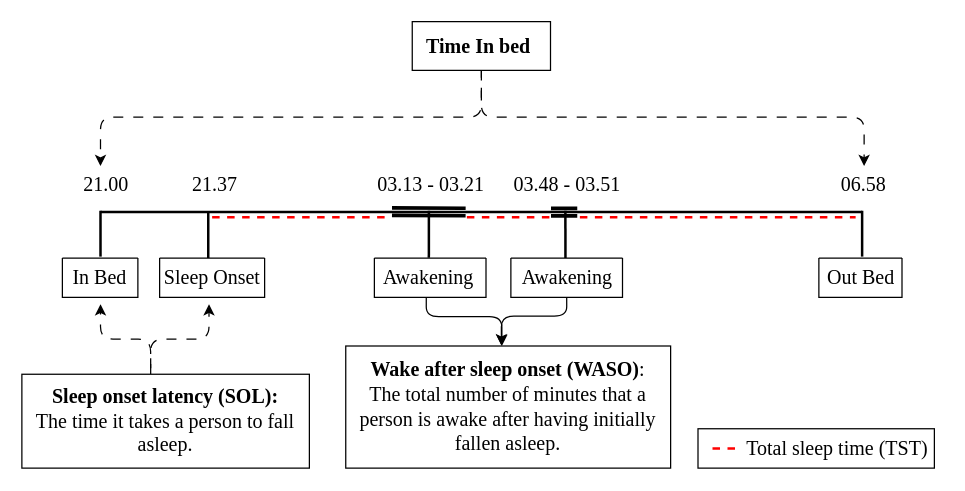
The draw.io diagram Plots/Nightperiod.drawio in laurateilmann/Bachelor, before the edit. Source tidied: cells renumbered, new cells numbered last; positions are measured from the earlier drawing's top-left corner, leaving out a move shared by most shapes. Both pictures are drawn from the tidied source at 125%, with x=0, y=0 at pixel (21, 21).
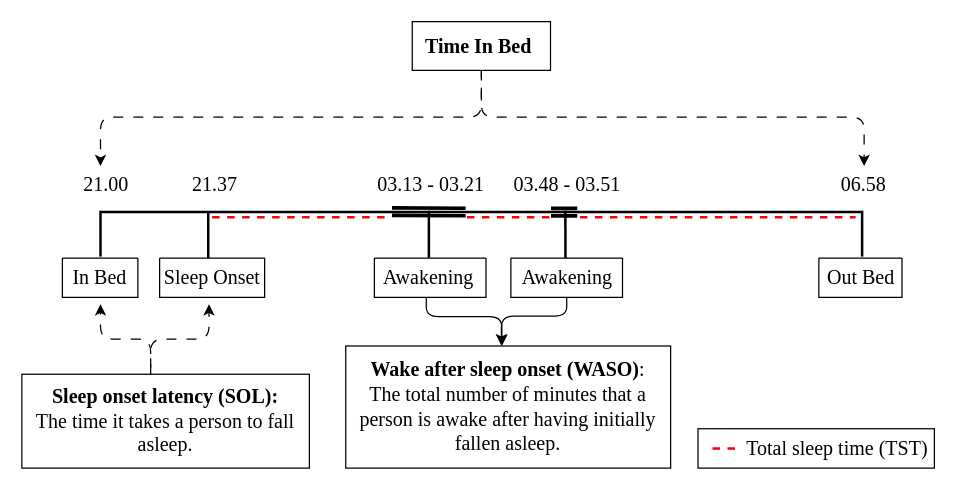
After the change.

Unchanged cells that the change refers to:
```xml
<mxCell id="2" style="group;" parent="1" vertex="1">
  <mxGeometry y="-0.2" width="730" height="357.2" as="geometry" />
</mxCell>
```

The edit, as a diff of the source:
```diff
@@
-    <mxCell id="6" value="&lt;font face=&quot;Times New Roman&quot; style=&quot;font-size: 16px;&quot;&gt;&lt;b style=&quot;&quot;&gt;Time In bed&amp;nbsp;&lt;/b&gt;&lt;/font&gt;" style="rounded=0;whiteSpace=wrap;html=1;fontSize=14;" parent="2" vertex="1">
+    <mxCell id="6" value="&lt;font face=&quot;Times New Roman&quot; style=&quot;font-size: 16px;&quot;&gt;&lt;b style=&quot;&quot;&gt;Time In Bed&amp;nbsp;&lt;/b&gt;&lt;/font&gt;" style="rounded=0;whiteSpace=wrap;html=1;fontSize=14;" parent="2" vertex="1">
       <mxGeometry x="312.3" width="110.6" height="39" as="geometry" />
     </mxCell>
```
